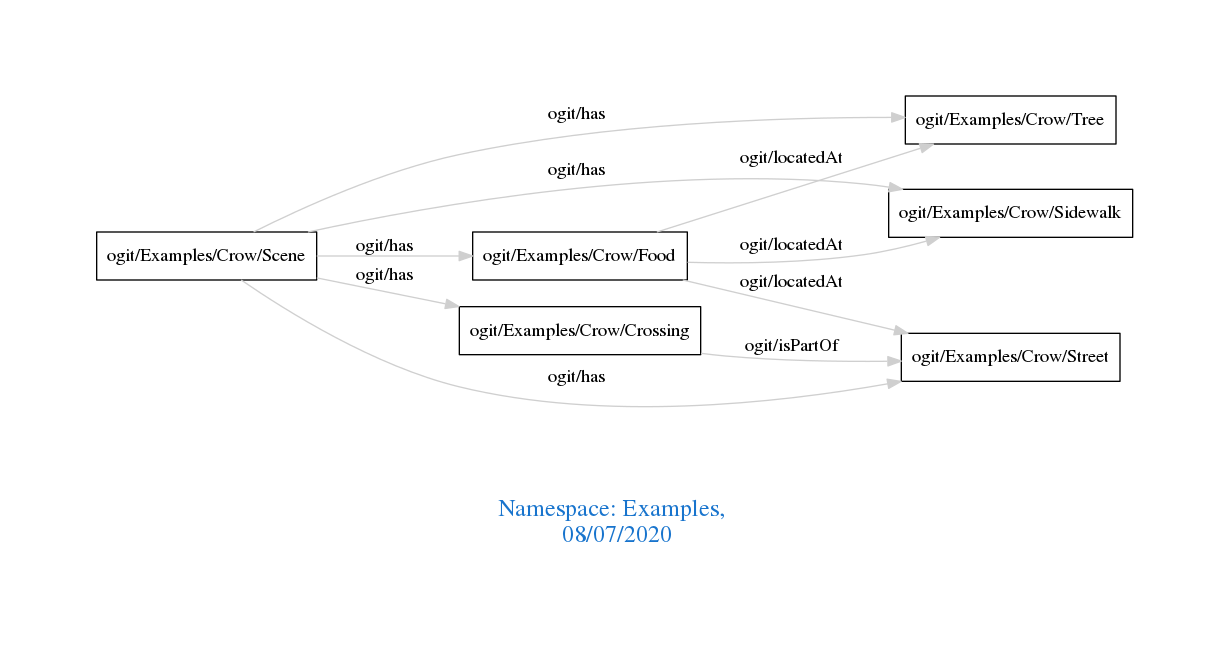
This is downloads/Examples.png from arago/OGIT, a Graphviz export, as it was before one commit. Its source is kept beside it as downloads/Examples.dot.
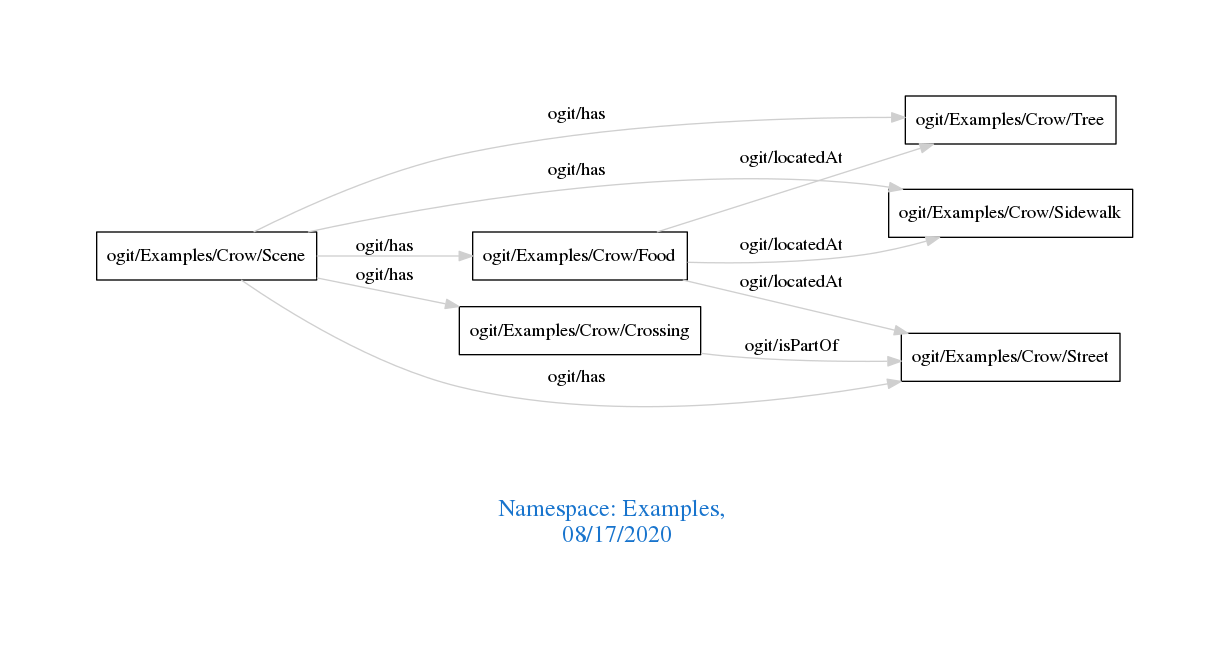
The same diagram one commit later.

What changed in the source:
```diff
@@ -1,7 +1,7 @@
 digraph OGIT_ontology {
  graph [ rankdir= LR,pad=1
 fontsize = 18,
-fontcolor= dodgerblue3,label = "\n\n\nNamespace: Examples, \n 08/07/2020"];
+fontcolor= dodgerblue3,label = "\n\n\nNamespace: Examples, \n 08/17/2020"];
 node[shape=polygon];
 edge [  color="gray81"];
 
```
